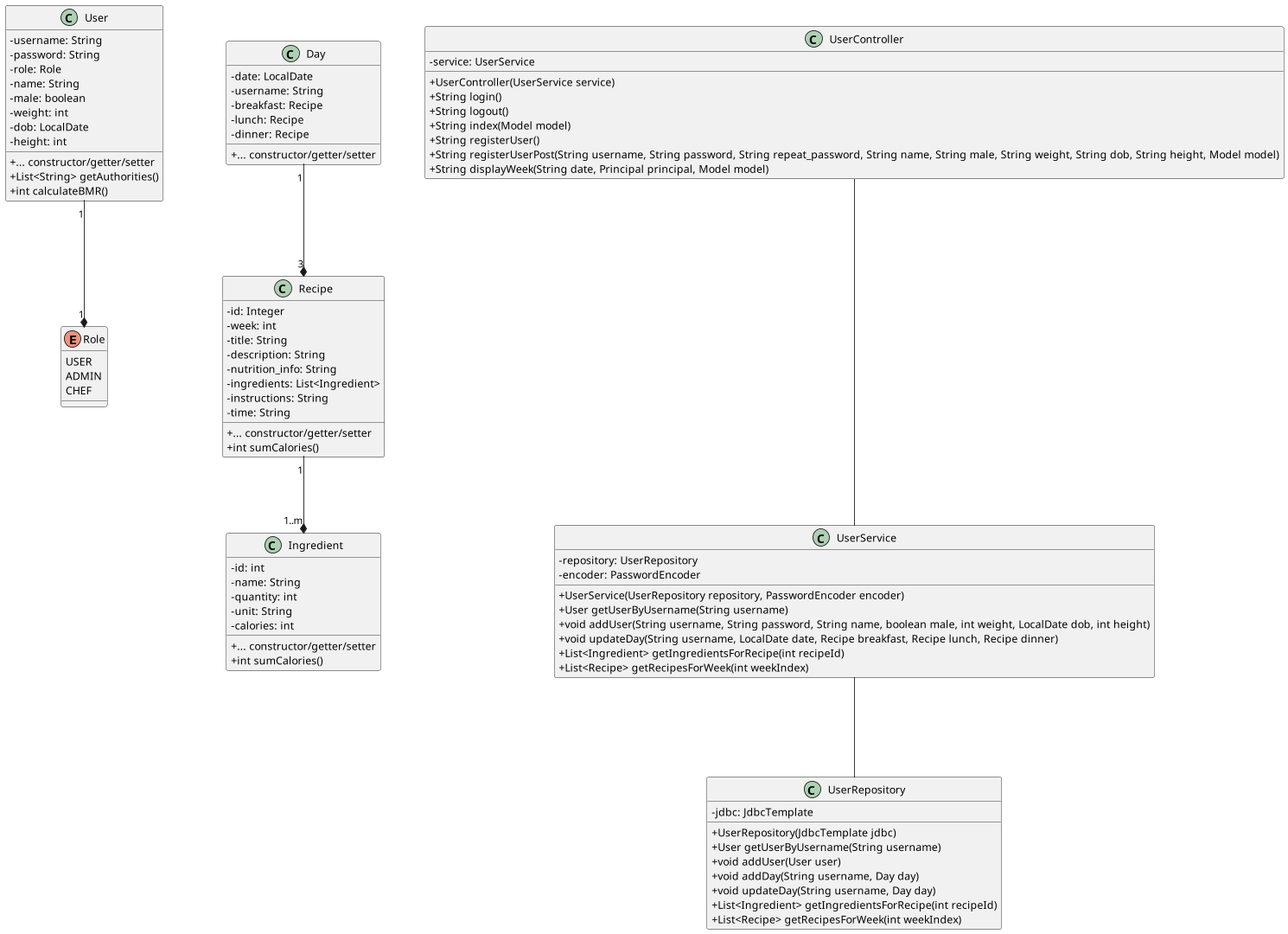
Earlier version of the PlantUML export diagram/class-diagram.png (sofush/kostplan).
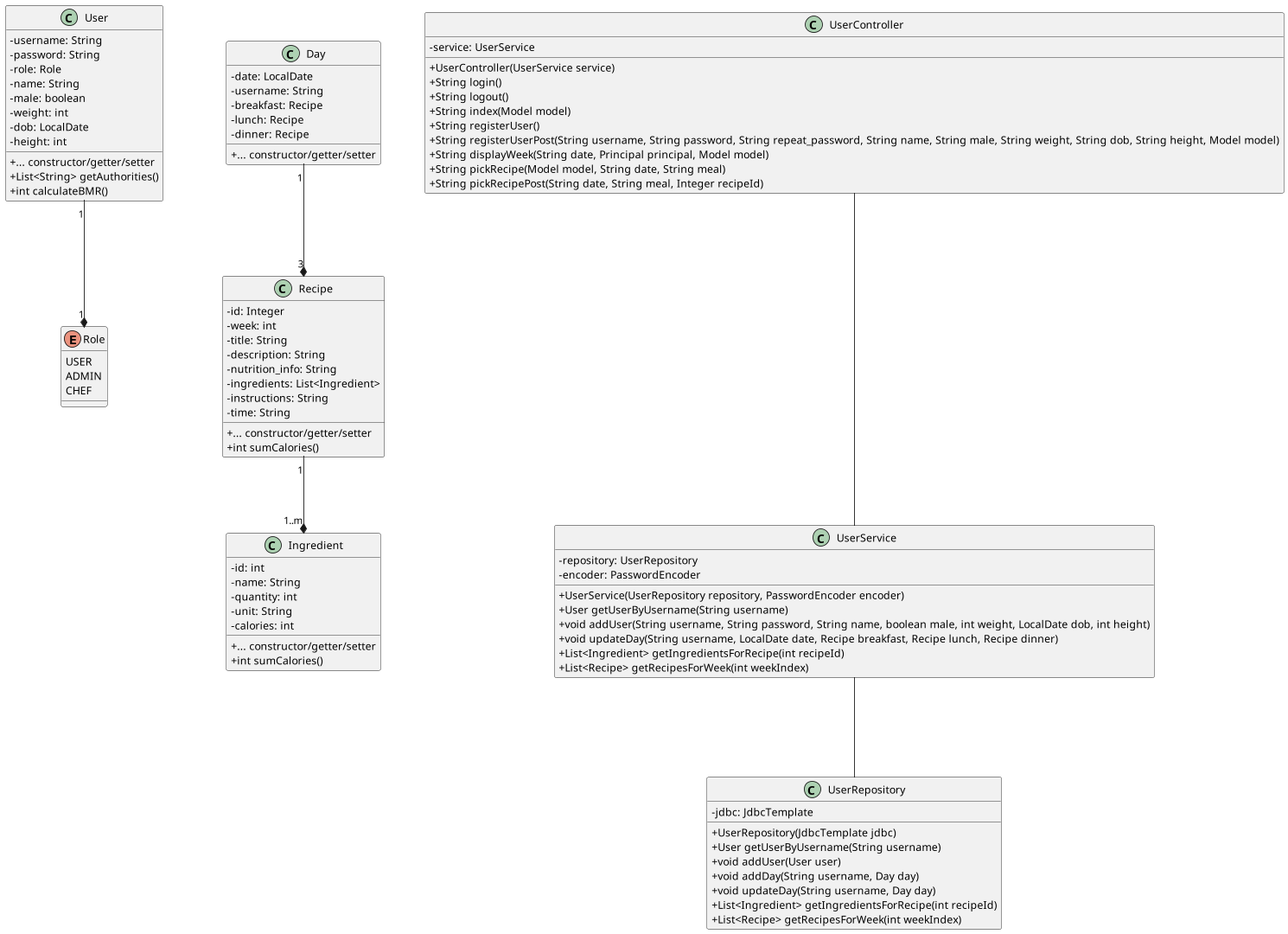
After the change.

Commit message:
docs: update class diagram

Change to the diagram source:
```diff
@@ -57,6 +57,8 @@
 	+ String registerUser()
 	+ String registerUserPost(String username, String password, String repeat_password, String name, String male, String weight, String dob, String height, Model model)
 	+ String displayWeek(String date, Principal principal, Model model)
+	+ String pickRecipe(Model model, String date, String meal)
+	+ String pickRecipePost(String date, String meal, Integer recipeId)
 }
 class UserService {
 	- repository: UserRepository
```
